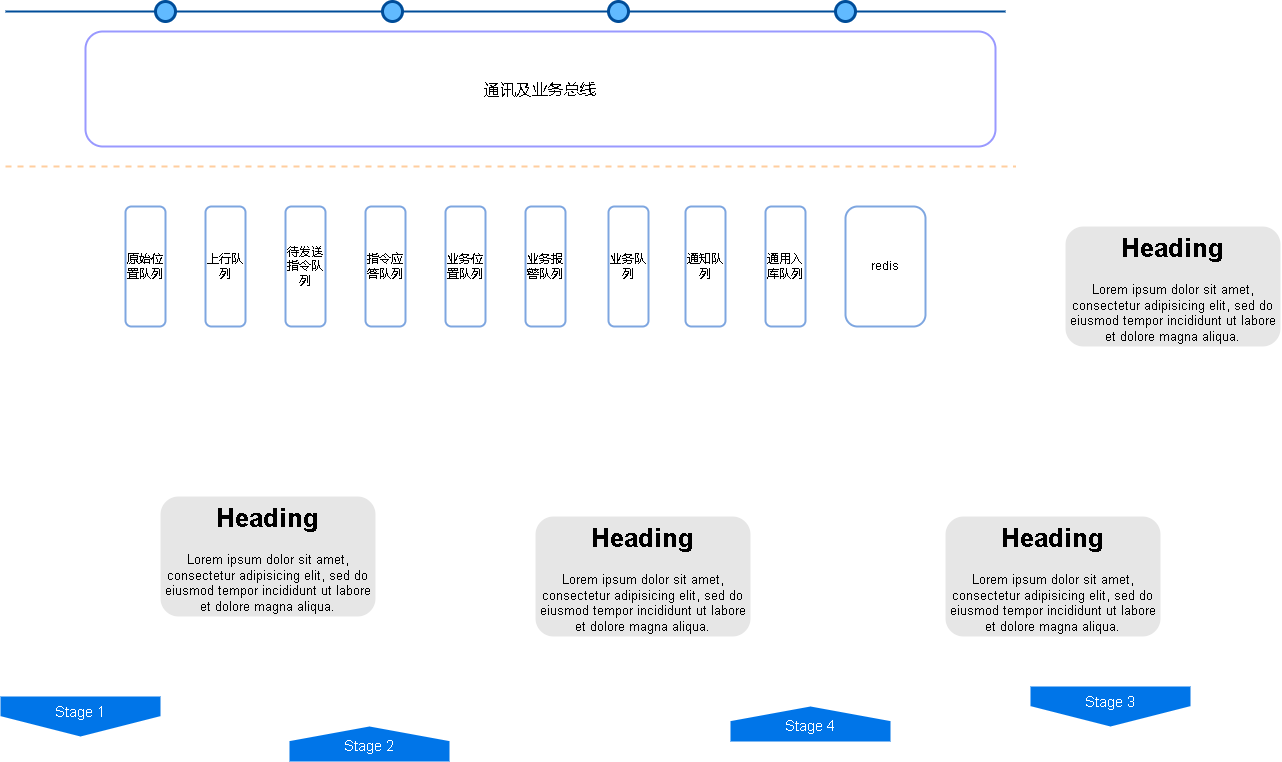
xktder/draw keeps this draw.io diagram as CgoPro业务总线.drawio.png. Above is the earlier version. Source tidied: cells renumbered, new cells last; positions are measured from the earlier drawing's top-left corner, leaving out a move shared by most shapes.
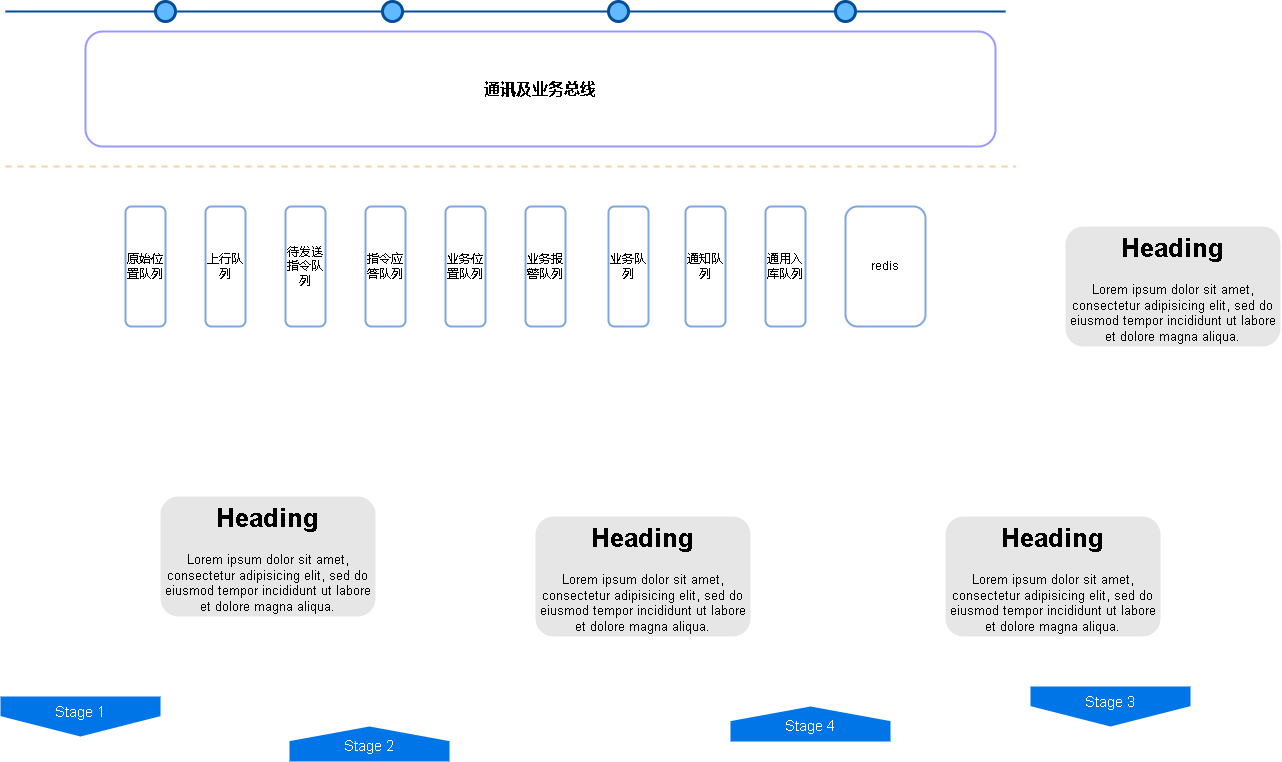
After the change.

Commit message:
更新CgoPro业务总线.drawio.png

The edit, as a diff of the source:
```diff
@@ -77,7 +77,7 @@
         <mxPoint x="1015" y="165" as="targetPoint" />
       </mxGeometry>
     </mxCell>
-    <mxCell id="26" value="&lt;font style=&quot;font-size: 16px;&quot;&gt;通讯及业务总线&lt;/font&gt;" style="rounded=1;whiteSpace=wrap;html=1;strokeWidth=2;strokeColor=#9999FF;" parent="1" vertex="1">
+    <mxCell id="26" value="&lt;font style=&quot;font-size: 16px;&quot;&gt;&lt;b&gt;通讯及业务总线&lt;/b&gt;&lt;/font&gt;" style="rounded=1;whiteSpace=wrap;html=1;strokeWidth=2;strokeColor=#9999FF;" parent="1" vertex="1">
       <mxGeometry x="85" y="30" width="910" height="115" as="geometry" />
     </mxCell>
   </root>
```
